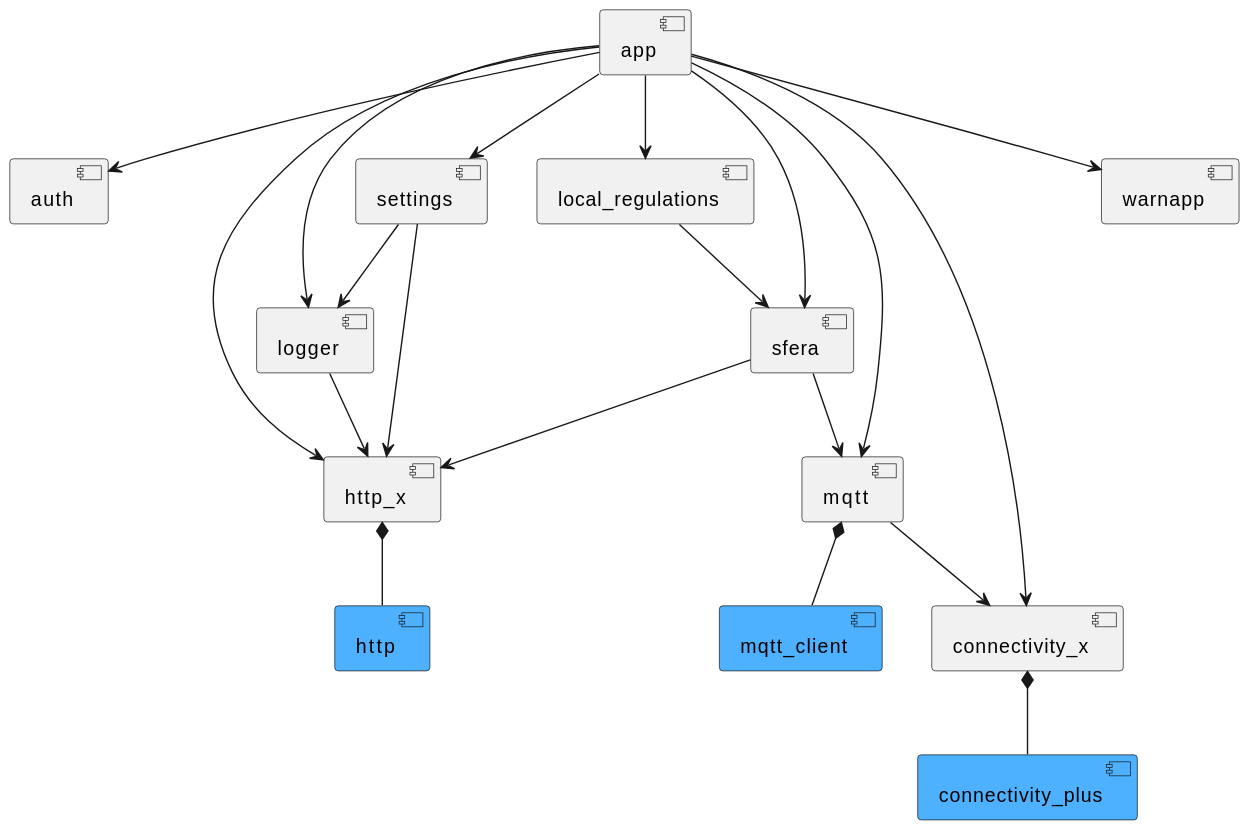
This is das_client/components.svg from SchweizerischeBundesbahnen/DAS, a PlantUML export, as it was before one commit.
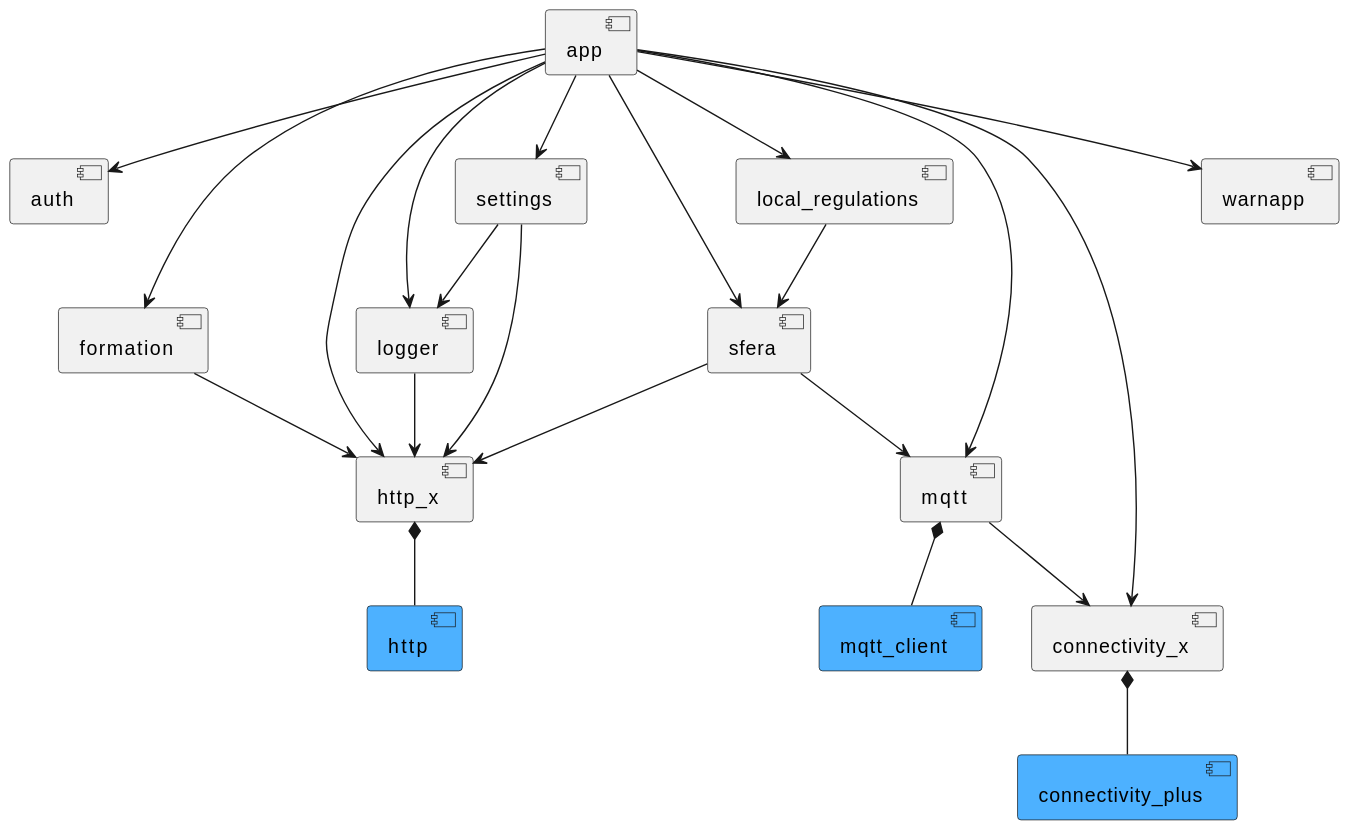
Later version of the same file.

What changed in the source:
```diff
@@ -2,6 +2,7 @@
 component app
 component auth
 component logger
+component formation
 component sfera
 component mqtt
 component connectivity_x
@@ -22,9 +23,12 @@
 app --> warnapp
 app --> logger
 app --> http_x
+app --> formation
 
 settings --> http_x
 settings --> logger
+
+formation --> http_x
 
 logger --> http_x
 
```
